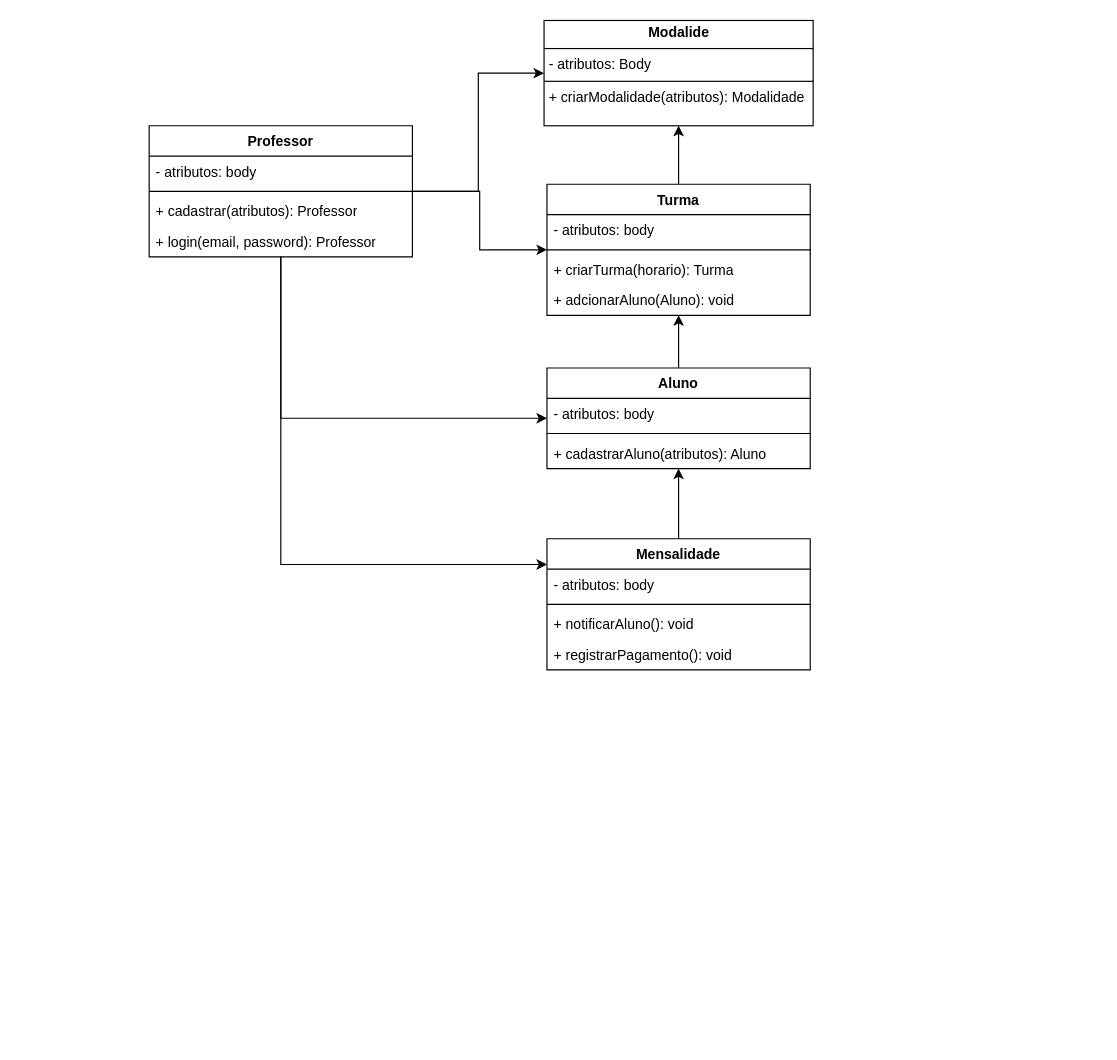
The draw.io diagram page "diagrama-atividade" (3 of 3) of diagramas/CTControl.drawio in SpiderTheus/CTControl, before the edit. Source tidied: cells renumbered, new cells numbered last; positions are measured from the earlier drawing's top-left corner, leaving out a move shared by most shapes. Both pictures are drawn from the tidied source at 117%, with x=0, y=0 at pixel (149, 20).
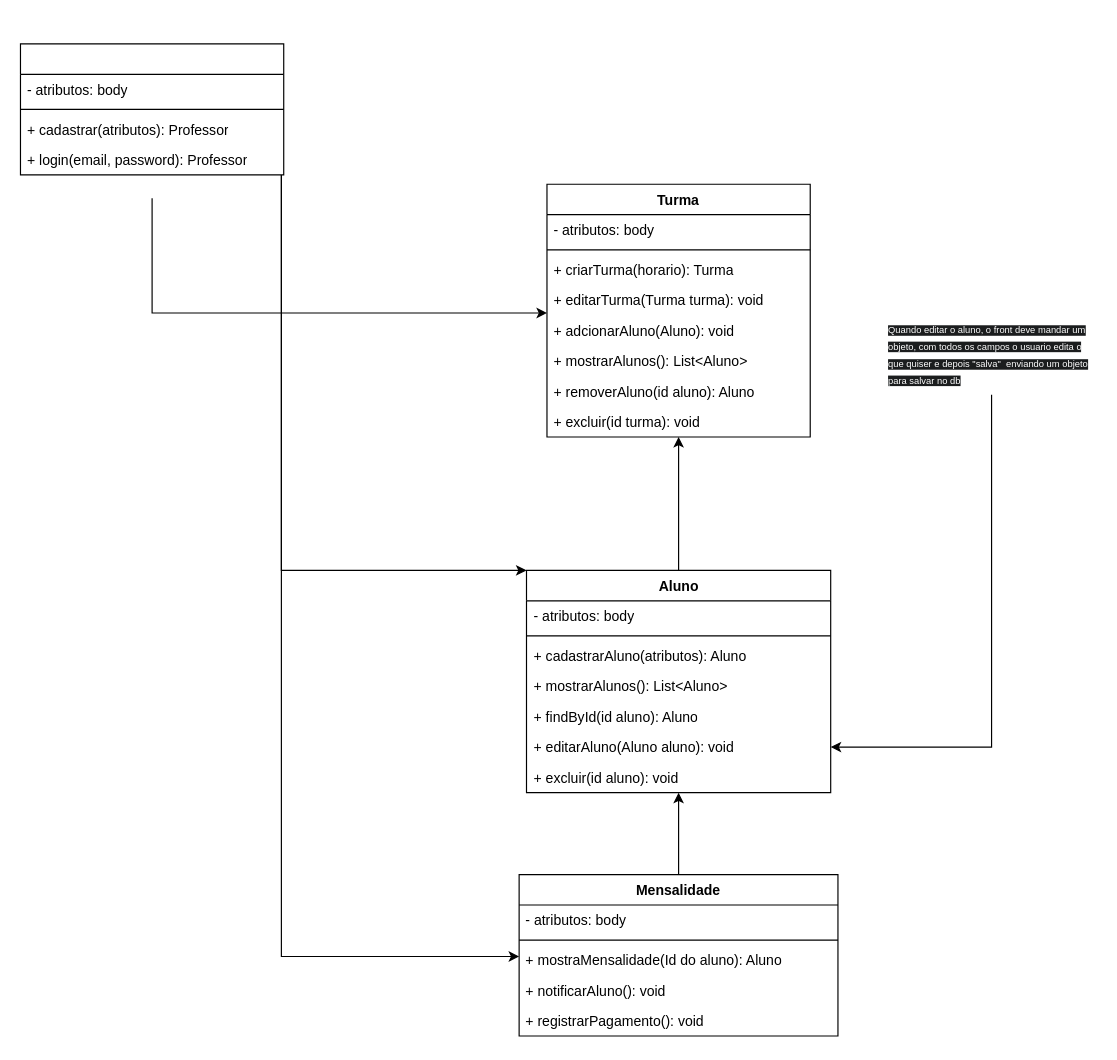
After the change.

Change to the diagram source:
```diff
@@
-    <mxCell id="2" style="edgeStyle=orthogonalEdgeStyle;rounded=0;jettySize=auto;html=1;entryX=0;entryY=0.5;entryDx=0;entryDy=0;" parent="1" edge="1" source="6" target="11">
-      <mxGeometry relative="1" as="geometry" />
-    </mxCell>
-    <mxCell id="3" style="edgeStyle=orthogonalEdgeStyle;rounded=0;jettySize=auto;html=1;" parent="1" edge="1" source="6" target="13">
-      <mxGeometry relative="1" as="geometry" />
+    <mxCell id="3" style="edgeStyle=orthogonalEdgeStyle;rounded=0;orthogonalLoop=1;jettySize=auto;html=1;" parent="1" edge="1">
+      <mxGeometry relative="1" as="geometry">
+        <mxPoint x="2.5" y="151.9" as="sourcePoint" />
+        <mxPoint x="340" y="250" as="targetPoint" />
+        <Array as="points">
+          <mxPoint x="3" y="249.9" />
+        </Array>
+      </mxGeometry>
     </mxCell>
     <mxCell id="4" style="edgeStyle=orthogonalEdgeStyle;rounded=0;jettySize=auto;html=1;" parent="1" edge="1" source="6" target="19">
       <mxGeometry relative="1" as="geometry">
         <Array as="points">
-          <mxPoint x="113" y="340" />
+          <mxPoint x="113" y="470" />
         </Array>
       </mxGeometry>
     </mxCell>
     <mxCell id="5" style="edgeStyle=orthogonalEdgeStyle;rounded=0;jettySize=auto;html=1;" parent="1" edge="1" source="6" target="24">
       <mxGeometry relative="1" as="geometry">
         <Array as="points">
-          <mxPoint x="113" y="465" />
+          <mxPoint x="113" y="800" />
         </Array>
       </mxGeometry>
     </mxCell>
-    <mxCell id="6" value="Professor" style="swimlane;fontStyle=1;align=center;verticalAlign=top;horizontal=1;startSize=26;whiteSpace=wrap;html=1;" parent="1" vertex="1">
-      <mxGeometry y="90" width="225" height="112" as="geometry" />
+    <mxCell id="6" value="&amp;nbsp;" style="swimlane;fontStyle=1;align=center;verticalAlign=top;horizontal=1;startSize=26;whiteSpace=wrap;html=1;" parent="1" vertex="1">
+      <mxGeometry x="-110" y="20" width="225" height="112" as="geometry" />
     </mxCell>
@@
-    <mxCell id="11" value="&lt;p style=&quot;margin:0px;margin-top:4px;text-align:center;&quot;&gt;&lt;b&gt;Modalide&lt;/b&gt;&lt;/p&gt;&lt;hr size=&quot;1&quot; style=&quot;border-style:solid;&quot;&gt;&lt;p style=&quot;margin:0px;margin-left:4px;&quot;&gt;- atributos: Body&lt;/p&gt;&lt;hr size=&quot;1&quot; style=&quot;border-style:solid;&quot;&gt;&lt;p style=&quot;margin:0px;margin-left:4px;&quot;&gt;+ criarModalidade(atributos): Modalidade&lt;/p&gt;" style="verticalAlign=top;align=left;overflow=fill;html=1;whiteSpace=wrap;" parent="1" vertex="1">
-      <mxGeometry x="337.5" width="230" height="90" as="geometry" />
-    </mxCell>
-    <mxCell id="12" style="edgeStyle=orthogonalEdgeStyle;rounded=0;jettySize=auto;html=1;" parent="1" edge="1" source="13" target="11">
-      <mxGeometry relative="1" as="geometry" />
-    </mxCell>
     <mxCell id="13" value="Turma" style="swimlane;fontStyle=1;align=center;verticalAlign=top;horizontal=1;startSize=26;whiteSpace=wrap;html=1;" parent="1" vertex="1">
-      <mxGeometry x="340" y="140" width="225" height="112" as="geometry" />
+      <mxGeometry x="340" y="140" width="225" height="216" as="geometry" />
     </mxCell>
@@
+    <mxCell id="29" value="+ editarTurma(Turma turma): void&lt;div&gt;&lt;br&gt;&lt;/div&gt;" style="text;strokeColor=none;fillColor=none;align=left;verticalAlign=top;spacingLeft=4;spacingRight=4;overflow=hidden;whiteSpace=wrap;html=1;" parent="13" vertex="1">
+      <mxGeometry y="86" width="225" height="26" as="geometry" />
+    </mxCell>
     <mxCell id="17" value="+ adcionarAluno(Aluno): void&lt;div&gt;&lt;br&gt;&lt;/div&gt;" style="text;strokeColor=none;fillColor=none;align=left;verticalAlign=top;spacingLeft=4;spacingRight=4;overflow=hidden;whiteSpace=wrap;html=1;" parent="13" vertex="1">
-      <mxGeometry y="86" width="225" height="26" as="geometry" />
+      <mxGeometry y="112" width="225" height="26" as="geometry" />
     </mxCell>
+    <mxCell id="30" value="+ mostrarAlunos(): List&amp;lt;Aluno&amp;gt;&lt;div&gt;&lt;br&gt;&lt;/div&gt;" style="text;strokeColor=none;fillColor=none;align=left;verticalAlign=top;spacingLeft=4;spacingRight=4;overflow=hidden;whiteSpace=wrap;html=1;" parent="13" vertex="1">
+      <mxGeometry y="138" width="225" height="26" as="geometry" />
+    </mxCell>
+    <mxCell id="31" value="+ removerAluno(id aluno): Aluno&lt;div&gt;&lt;br&gt;&lt;/div&gt;" style="text;strokeColor=none;fillColor=none;align=left;verticalAlign=top;spacingLeft=4;spacingRight=4;overflow=hidden;whiteSpace=wrap;html=1;" parent="13" vertex="1">
+      <mxGeometry y="164" width="225" height="26" as="geometry" />
+    </mxCell>
+    <mxCell id="32" value="+ excluir(id turma): void&lt;div&gt;&lt;br&gt;&lt;div&gt;&lt;br&gt;&lt;/div&gt;&lt;/div&gt;" style="text;strokeColor=none;fillColor=none;align=left;verticalAlign=top;spacingLeft=4;spacingRight=4;overflow=hidden;whiteSpace=wrap;html=1;" parent="13" vertex="1">
+      <mxGeometry y="190" width="225" height="26" as="geometry" />
+    </mxCell>
@@
     <mxCell id="19" value="Aluno" style="swimlane;fontStyle=1;align=center;verticalAlign=top;horizontal=1;startSize=26;whiteSpace=wrap;html=1;" parent="1" vertex="1">
-      <mxGeometry x="340" y="297" width="225" height="86" as="geometry" />
+      <mxGeometry x="322.5" y="470" width="260" height="190" as="geometry" />
     </mxCell>
     <mxCell id="20" value="- atributos: body" style="text;strokeColor=none;fillColor=none;align=left;verticalAlign=top;spacingLeft=4;spacingRight=4;overflow=hidden;whiteSpace=wrap;html=1;" parent="19" vertex="1">
-      <mxGeometry y="26" width="225" height="26" as="geometry" />
+      <mxGeometry y="26" width="260" height="26" as="geometry" />
     </mxCell>
     <mxCell id="21" style="line;strokeWidth=1;fillColor=none;align=left;verticalAlign=middle;spacingTop=-1;spacingLeft=3;spacingRight=3;labelPosition=right;strokeColor=inherit;" parent="19" vertex="1">
-      <mxGeometry y="52" width="225" height="8" as="geometry" />
+      <mxGeometry y="52" width="260" height="8" as="geometry" />
     </mxCell>
+    <mxCell id="33" value="+ cadastrarAluno(atributos): Aluno&lt;div&gt;&lt;br&gt;&lt;/div&gt;" style="text;strokeColor=none;fillColor=none;align=left;verticalAlign=top;spacingLeft=4;spacingRight=4;overflow=hidden;whiteSpace=wrap;html=1;" parent="19" vertex="1">
+      <mxGeometry y="60" width="260" height="26" as="geometry" />
+    </mxCell>
-    <mxCell id="22" value="+ cadastrarAluno(atributos): Aluno&lt;div&gt;&lt;br&gt;&lt;/div&gt;" style="text;strokeColor=none;fillColor=none;align=left;verticalAlign=top;spacingLeft=4;spacingRight=4;overflow=hidden;whiteSpace=wrap;html=1;" parent="19" vertex="1">
-      <mxGeometry y="60" width="225" height="26" as="geometry" />
+    <mxCell id="22" value="+ mostrarAlunos(): List&amp;lt;Aluno&amp;gt;&lt;div&gt;&lt;br&gt;&lt;/div&gt;" style="text;strokeColor=none;fillColor=none;align=left;verticalAlign=top;spacingLeft=4;spacingRight=4;overflow=hidden;whiteSpace=wrap;html=1;" parent="19" vertex="1">
+      <mxGeometry y="86" width="260" height="26" as="geometry" />
     </mxCell>
+    <mxCell id="34" value="+ findById(id aluno): Aluno&lt;div&gt;&lt;br&gt;&lt;/div&gt;" style="text;strokeColor=none;fillColor=none;align=left;verticalAlign=top;spacingLeft=4;spacingRight=4;overflow=hidden;whiteSpace=wrap;html=1;" parent="19" vertex="1">
+      <mxGeometry y="112" width="260" height="26" as="geometry" />
+    </mxCell>
+    <mxCell id="35" value="+ editarAluno(Aluno aluno): void&lt;div&gt;&lt;br&gt;&lt;/div&gt;" style="text;strokeColor=none;fillColor=none;align=left;verticalAlign=top;spacingLeft=4;spacingRight=4;overflow=hidden;points=[[0,0.5],[1,0.5]];portConstraint=eastwest;whiteSpace=wrap;html=1;" parent="19" vertex="1">
+      <mxGeometry y="138" width="260" height="26" as="geometry" />
+    </mxCell>
+    <mxCell id="36" value="+ excluir(id aluno): void&lt;div&gt;&lt;br&gt;&lt;/div&gt;" style="text;strokeColor=none;fillColor=none;align=left;verticalAlign=top;spacingLeft=4;spacingRight=4;overflow=hidden;whiteSpace=wrap;html=1;" parent="19" vertex="1">
+      <mxGeometry y="164" width="260" height="26" as="geometry" />
+    </mxCell>
@@
     <mxCell id="24" value="Mensalidade" style="swimlane;fontStyle=1;align=center;verticalAlign=top;horizontal=1;startSize=26;whiteSpace=wrap;html=1;" parent="1" vertex="1">
-      <mxGeometry x="340" y="443" width="225" height="112" as="geometry" />
+      <mxGeometry x="316.2" y="730" width="272.5" height="138" as="geometry" />
     </mxCell>
     <mxCell id="25" value="- atributos: body" style="text;strokeColor=none;fillColor=none;align=left;verticalAlign=top;spacingLeft=4;spacingRight=4;overflow=hidden;whiteSpace=wrap;html=1;" parent="24" vertex="1">
-      <mxGeometry y="26" width="225" height="26" as="geometry" />
+      <mxGeometry y="26" width="272.5" height="26" as="geometry" />
     </mxCell>
     <mxCell id="26" style="line;strokeWidth=1;fillColor=none;align=left;verticalAlign=middle;spacingTop=-1;spacingLeft=3;spacingRight=3;labelPosition=right;strokeColor=inherit;" parent="24" vertex="1">
-      <mxGeometry y="52" width="225" height="8" as="geometry" />
+      <mxGeometry y="52" width="272.5" height="8" as="geometry" />
     </mxCell>
+    <mxCell id="37" value="+ mostraMensalidade(Id do aluno): Aluno&lt;div&gt;&lt;br&gt;&lt;/div&gt;" style="text;strokeColor=none;fillColor=none;align=left;verticalAlign=top;spacingLeft=4;spacingRight=4;overflow=hidden;whiteSpace=wrap;html=1;" parent="24" vertex="1">
+      <mxGeometry y="60" width="272.5" height="26" as="geometry" />
+    </mxCell>
     <mxCell id="27" value="+ notificarAluno(): void&lt;div&gt;&lt;br&gt;&lt;/div&gt;" style="text;strokeColor=none;fillColor=none;align=left;verticalAlign=top;spacingLeft=4;spacingRight=4;overflow=hidden;whiteSpace=wrap;html=1;" parent="24" vertex="1">
-      <mxGeometry y="60" width="225" height="26" as="geometry" />
+      <mxGeometry y="86" width="272.5" height="26" as="geometry" />
     </mxCell>
     <mxCell id="28" value="+ registrarPagamento(): void&lt;div&gt;&lt;br&gt;&lt;/div&gt;" style="text;strokeColor=none;fillColor=none;align=left;verticalAlign=top;spacingLeft=4;spacingRight=4;overflow=hidden;whiteSpace=wrap;html=1;" parent="24" vertex="1">
-      <mxGeometry y="86" width="225" height="26" as="geometry" />
+      <mxGeometry y="112" width="272.5" height="26" as="geometry" />
     </mxCell>
+    <mxCell id="38" style="edgeStyle=orthogonalEdgeStyle;rounded=0;jettySize=auto;html=1;" parent="1" edge="1" source="39" target="35">
+      <mxGeometry relative="1" as="geometry" />
+    </mxCell>
+    <mxCell id="39" value="&lt;span style=&quot;color: rgb(255, 255, 255); font-family: Helvetica; font-size: 8px; font-style: normal; font-variant-ligatures: normal; font-variant-caps: normal; font-weight: 400; letter-spacing: normal; orphans: 2; text-align: center; text-indent: 0px; text-transform: none; widows: 2; word-spacing: 0px; -webkit-text-stroke-width: 0px; white-space: normal; background-color: rgb(27, 29, 30); text-decoration-thickness: initial; text-decoration-style: initial; text-decoration-color: initial; display: inline !important; float: none;&quot;&gt;Quando editar o aluno, o front deve mandar um objeto, com todos os campos o usuario edita o que quiser e depois &quot;salva&quot;&amp;nbsp; enviando um objeto para salvar no db&lt;/span&gt;" style="text;html=1;whiteSpace=wrap;overflow=hidden;rounded=0;" parent="1" vertex="1">
+      <mxGeometry x="630" y="250" width="180" height="70" as="geometry" />
+    </mxCell>
```
